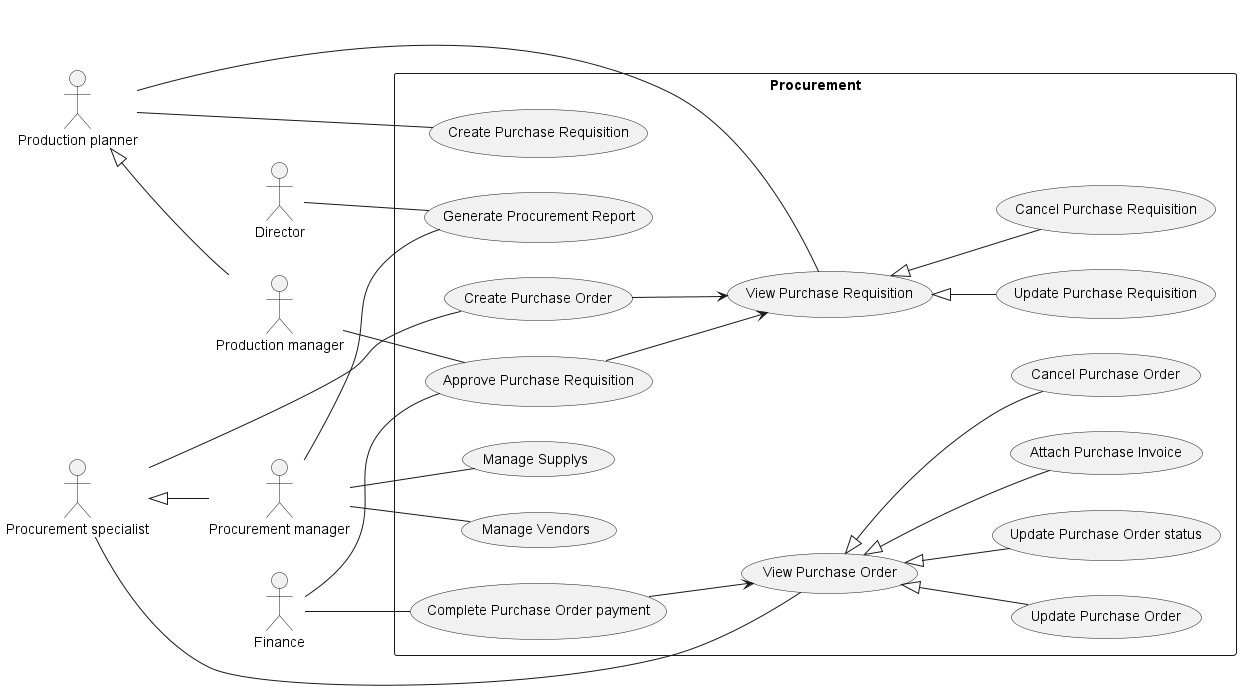
Above: use-cases/Procurement.png in phihungha/scmss-reqs (PlantUML), before the change.
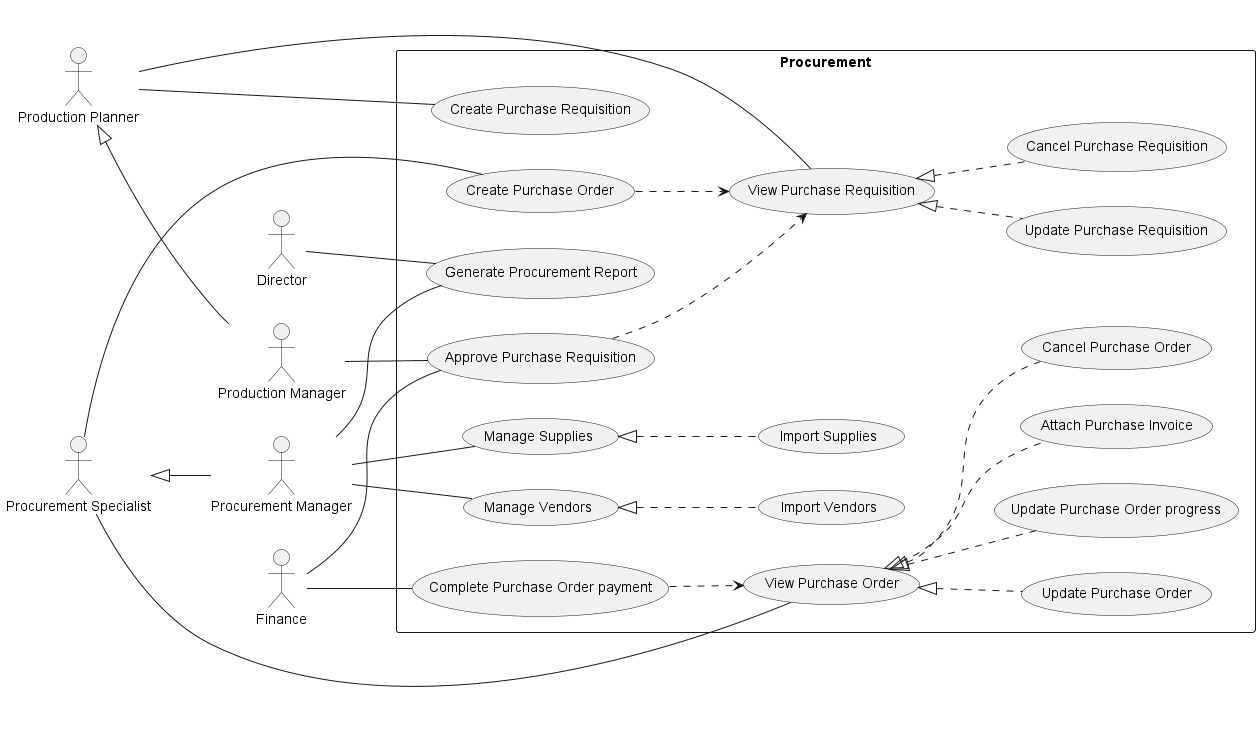
Above is the later version.

The edit, as a diff of the source:
```diff
@@ -1,39 +1,40 @@
-@startuml Procurement
+@startuml procurement
 left to right direction
 
 :Director: as d
 :Finance: as f
 
-:Production planner: as pp
-:Production manager: as prm
+:Production Planner: as pp
+:Production Manager: as prm
 pp <|-- prm
 
-:Procurement manager: as pm
-:Procurement specialist: as ps
+:Procurement Manager: as pm
+:Procurement Specialist: as ps
 ps <|-- pm
 
 rectangle Procurement {
     pp -- (Create Purchase Requisition)
     pp -- (View Purchase Requisition)
-    (View Purchase Requisition) <|-- (Update Purchase Requisition)
-    (View Purchase Requisition) <|-- (Cancel Purchase Requisition)
+    (View Purchase Requisition) <|.. (Update Purchase Requisition)
+    (View Purchase Requisition) <|.. (Cancel Purchase Requisition)
     f -- (Approve Purchase Requisition)
     prm -- (Approve Purchase Requisition)
-    (Approve Purchase Requisition) --> (View Purchase Requisition)
+    (Approve Purchase Requisition) ..> (View Purchase Requisition)
 
     ps -- (Create Purchase Order)
-    (Create Purchase Order) --> (View Purchase Requisition)
+    (Create Purchase Order) ..> (View Purchase Requisition)
     ps -- (View Purchase Order)
-    (View Purchase Order) <|-- (Update Purchase Order)
-    (View Purchase Order) <|-- (Update Purchase Order status)
-    (View Purchase Order) <|-- (Attach Purchase Invoice)
-    (View Purchase Order) <|-- (Cancel Purchase Order)
+    (View Purchase Order) <|.. (Update Purchase Order)
+    (View Purchase Order) <|.. (Update Purchase Order progress)
+    (View Purchase Order) <|.. (Attach Purchase Invoice)
+    (View Purchase Order) <|.. (Cancel Purchase Order)
     f -- (Complete Purchase Order payment)
-    (Complete Purchase Order payment) --> (View Purchase Order)
+    (Complete Purchase Order payment) ..> (View Purchase Order)
 
     pm -- (Manage Vendors)
-    pm -- (Manage Supplys)
-
+    (Manage Vendors) <|.. (Import Vendors)
+    pm -- (Manage Supplies)
+    (Manage Supplies) <|.. (Import Supplies)
     pm -- (Generate Procurement Report)
     d -- (Generate Procurement Report)
 }
```
